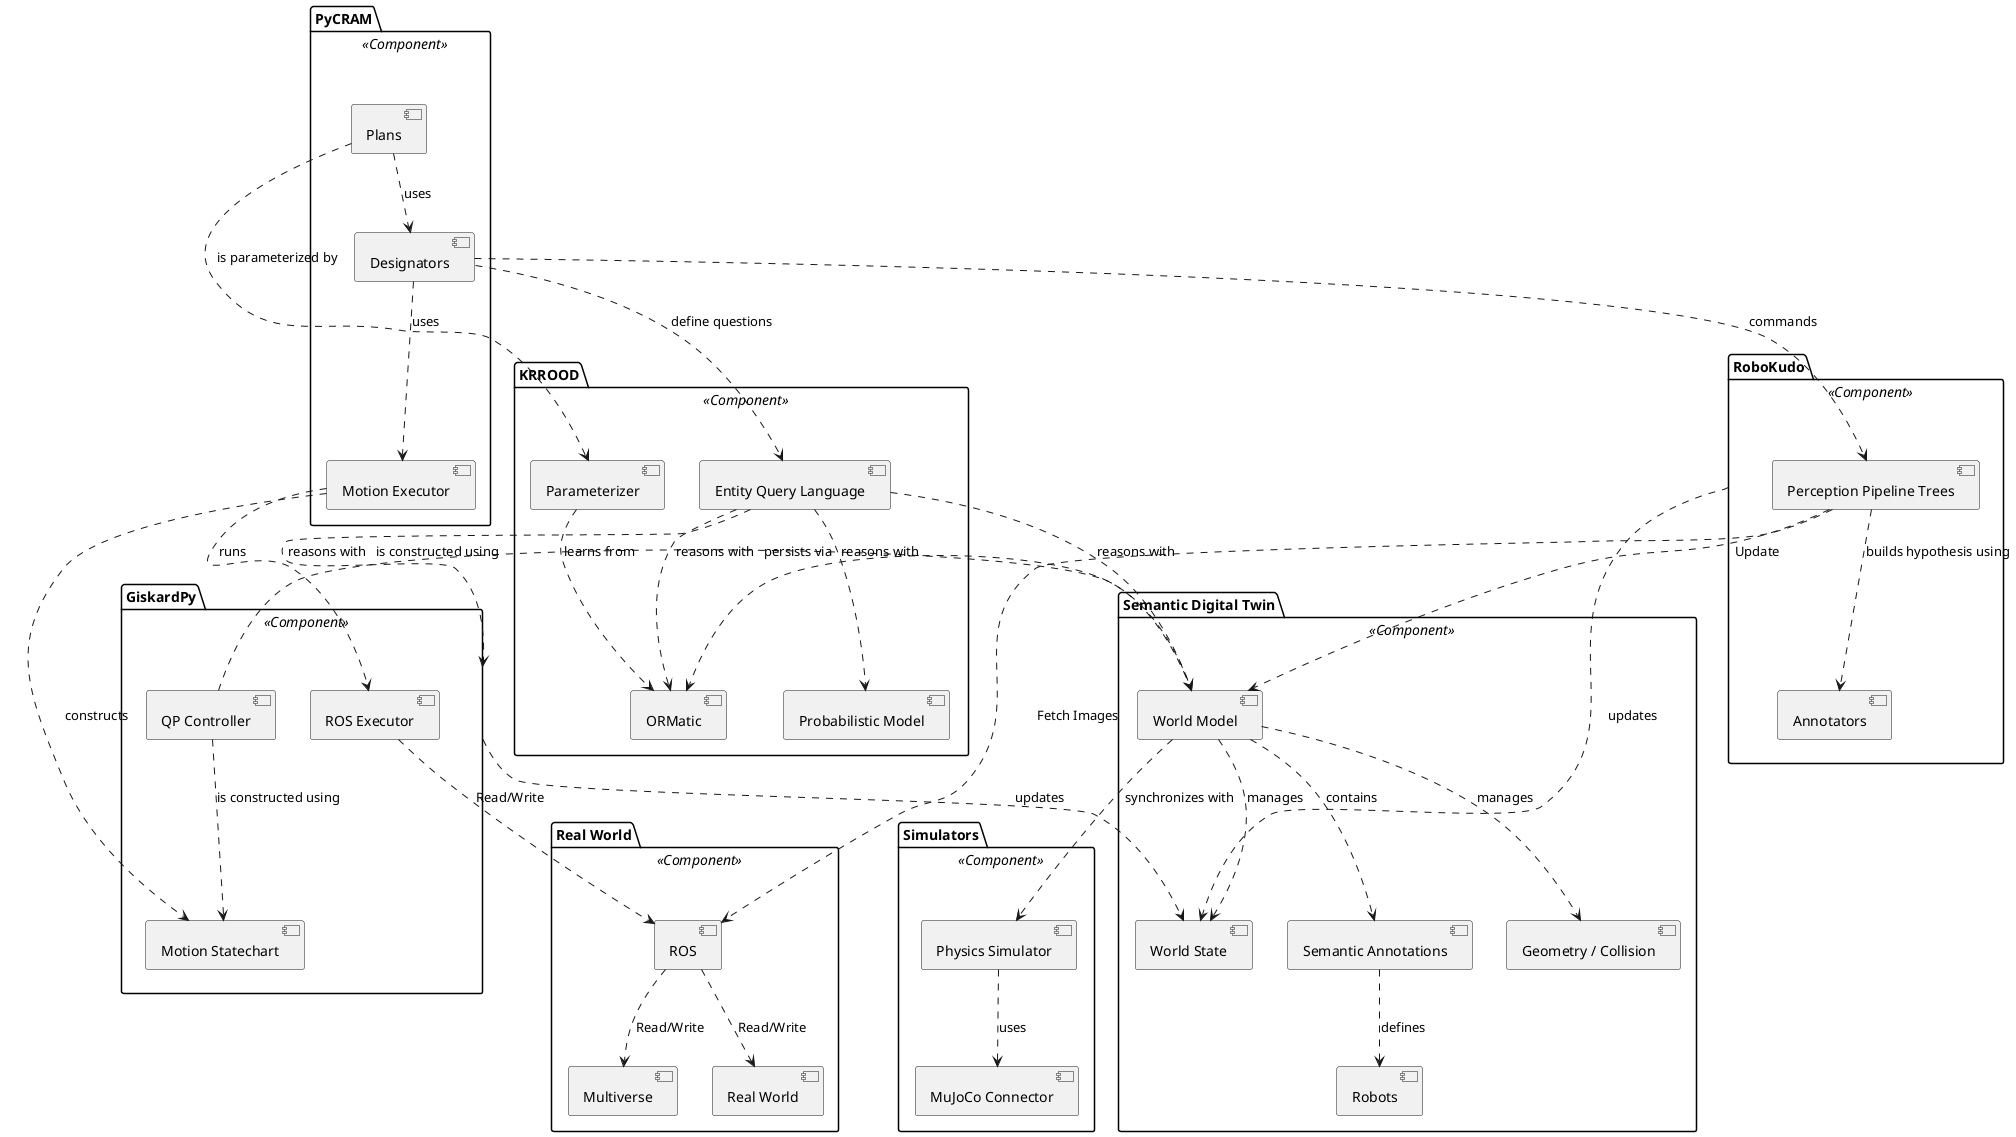
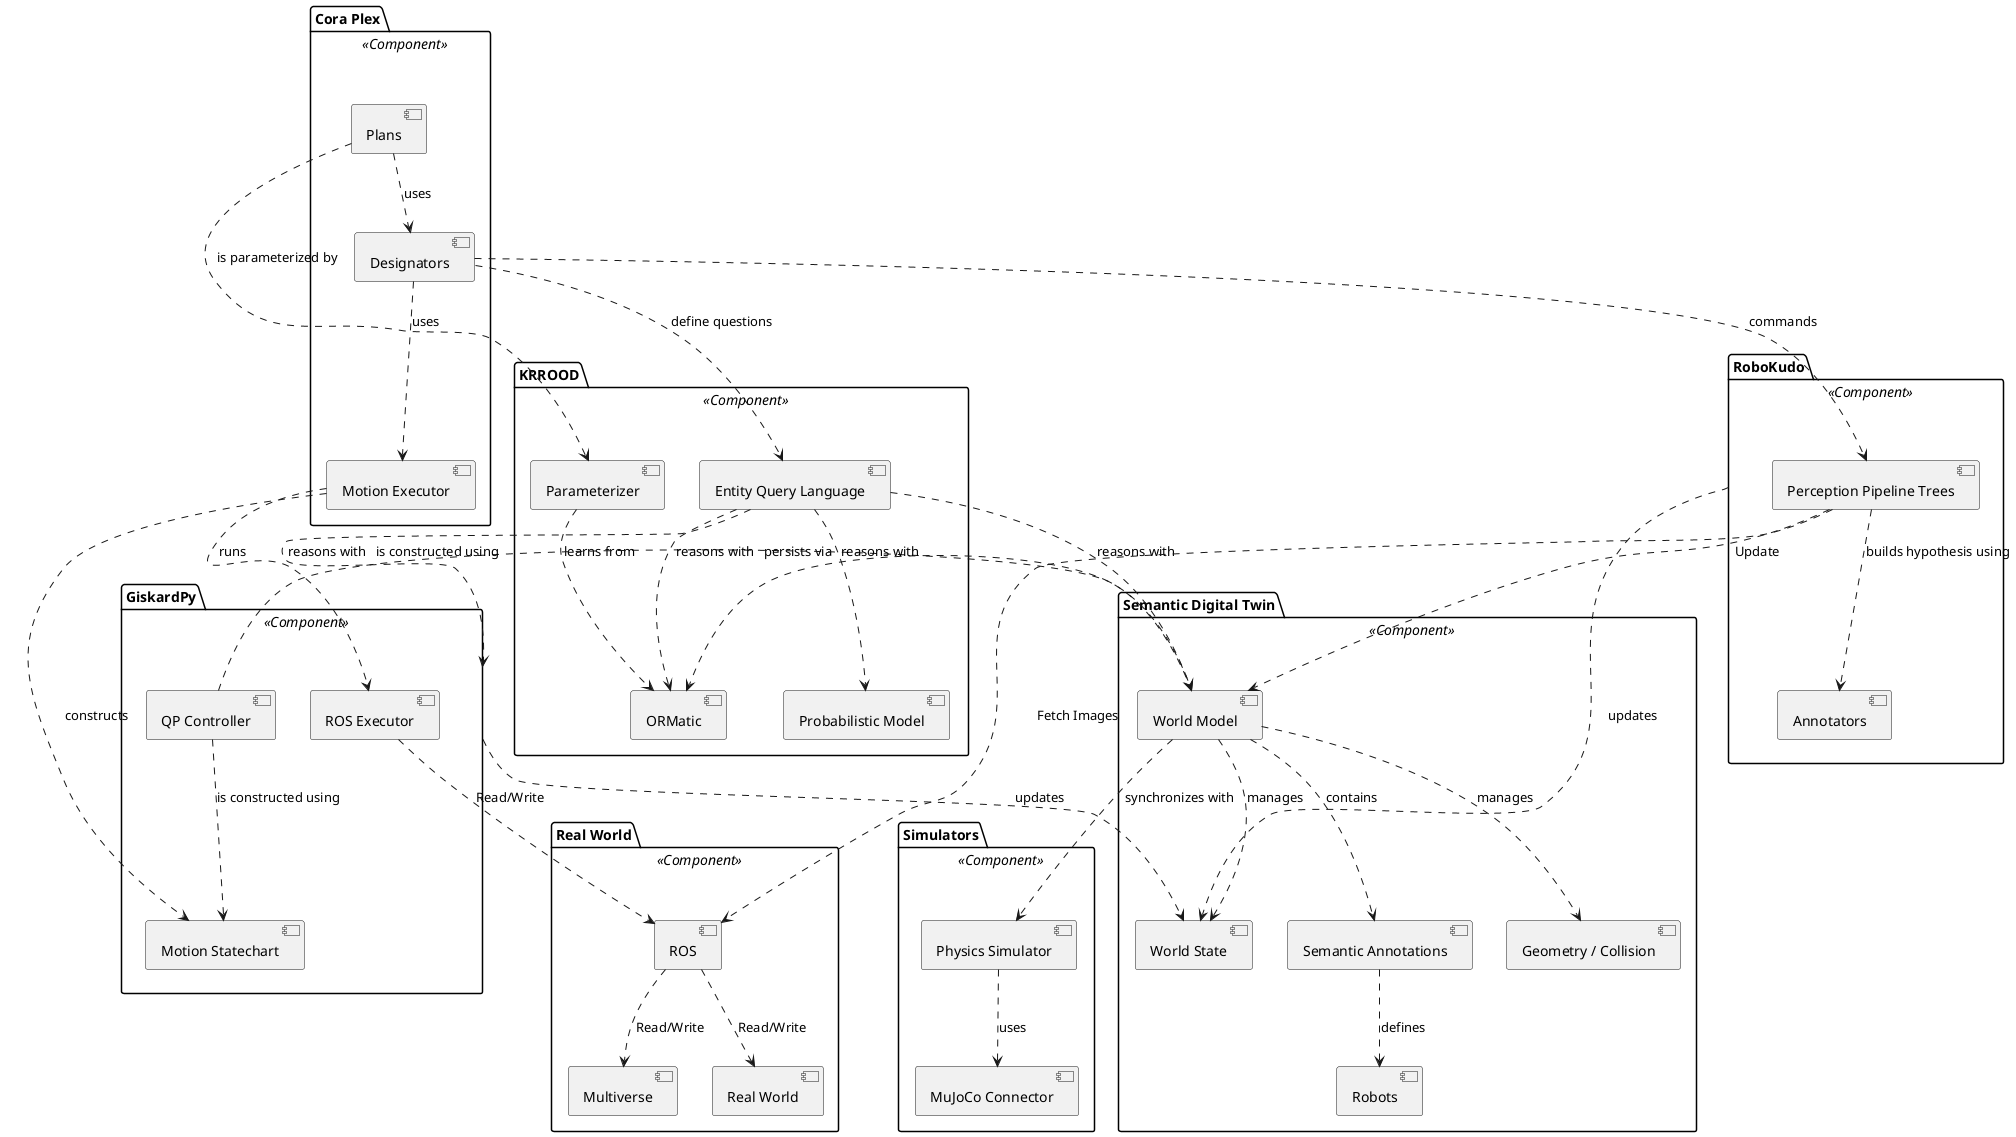
@startuml
skinparam componentStyle uml2
- package "PyCRAM" <<Component>> {
+ package "Cora Plex" <<Component>> {
    [Plans] as Plans
    [Designators] as Designators
    [Motion Executor] as MotionExecutor
}
package "Semantic Digital Twin" <<Component>> {
    [World Model] as WorldModel
    [Semantic Annotations] as Annotations
    [Geometry / Collision] as Geometry
    [World State] as WorldState
    [Robots] as Robots
}
package "GiskardPy" <<Component>> {
    [Motion Statechart] as Statechart
    [QP Controller] as QPController
    [ROS Executor] as RosExecutor
}
package "KRROOD" <<Component>> {
    [Entity Query Language] as EQL
    [ORMatic] as ORM
    [Probabilistic Model] as PM
    [Parameterizer] as Parameterizer
}
package "Simulators" <<Component>> {
    [Physics Simulator] as MultiSim
    [MuJoCo Connector] as Mujoco
}
package "Real World" <<Component>> {
    [ROS] as ROS
    [Multiverse] as Multiverse
    [Real World] as RealWorld
}
package "RoboKudo" <<Component>> {
[Perception Pipeline Trees] as Pipeline
[Annotators] as Annotators
}
' Relationships
Plans ..> Designators : uses
Plans ..> Parameterizer : is parameterized by
Pipeline ..> Annotators : builds hypothesis using
Parameterizer ..> ORM : learns from
Designators ..> MotionExecutor: uses
MotionExecutor ..> Statechart : constructs
MotionExecutor ..> RosExecutor : runs
WorldModel ..> ORM : persists via
WorldModel ..> Annotations : contains
WorldModel ..> Geometry : manages
WorldModel ..> WorldState : manages
GiskardPy ..> WorldState : updates
RoboKudo ..> WorldState : updates
Annotations ..> Robots : defines
Designators ..> EQL : define questions
QPController ..> Statechart : is constructed using
QPController ..> WorldModel : is constructed using
Designators ..> Pipeline : commands
EQL ..> ORM : reasons with
EQL ..> PM : reasons with
EQL ..> WorldModel : reasons with
EQL ..> GiskardPy : reasons with
RosExecutor ..> ROS : Read/Write
ROS ..> RealWorld : Read/Write
ROS ..> Multiverse : Read/Write
MultiSim ..> Mujoco : uses
WorldModel ..> MultiSim : synchronizes with
Pipeline ..> ROS : Fetch Images
Pipeline ..> WorldModel : Update
@enduml